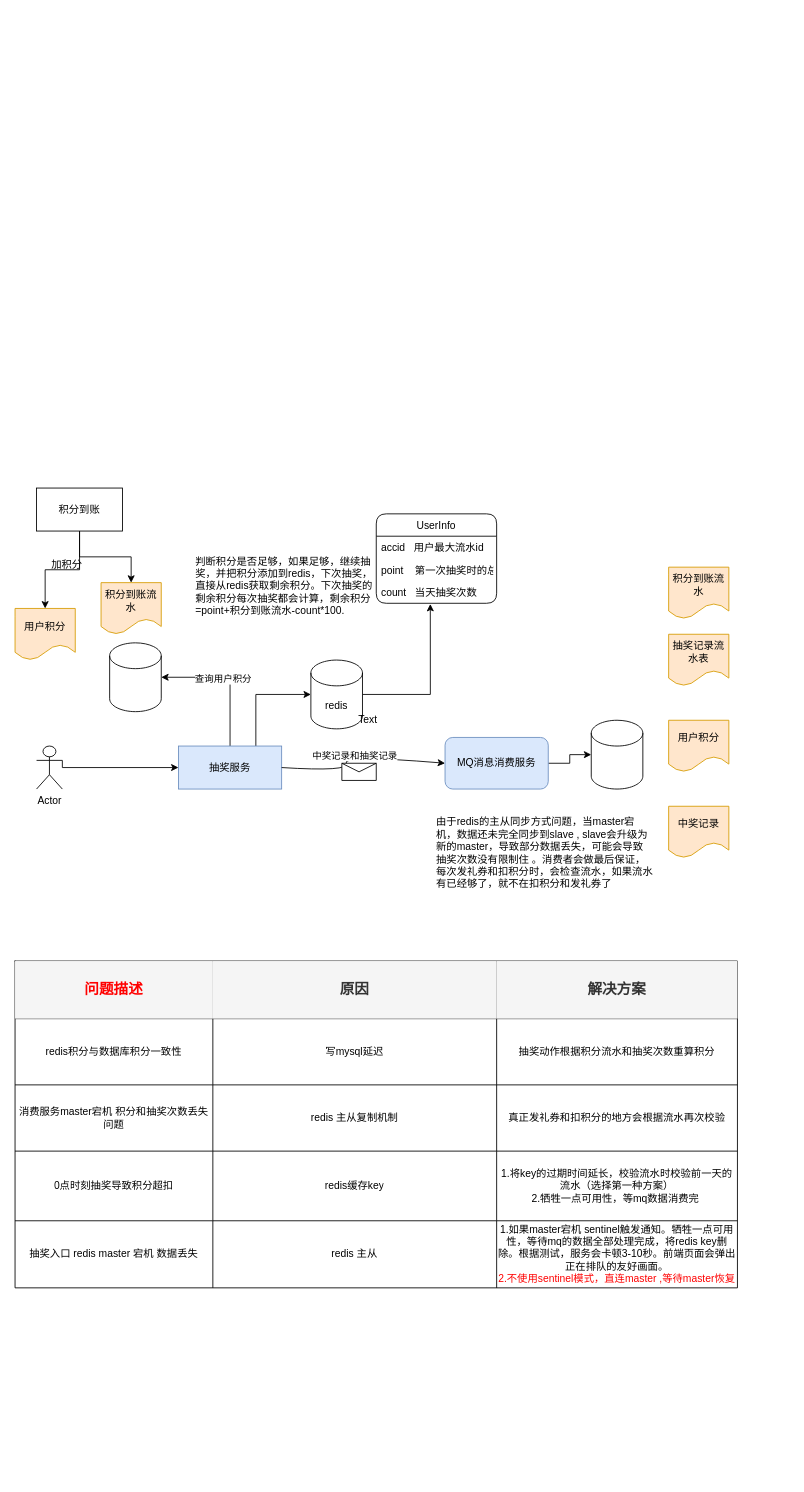
The draw.io diagram Untitled Diagram.drawio in dawnq5/draw.io, before the edit. Source tidied: cells renumbered, new cells numbered last; positions are measured from the earlier drawing's top-left corner, leaving out a move shared by most shapes. Both pictures are drawn from the tidied source at 86%, with x=0, y=0 at pixel (15, 488).
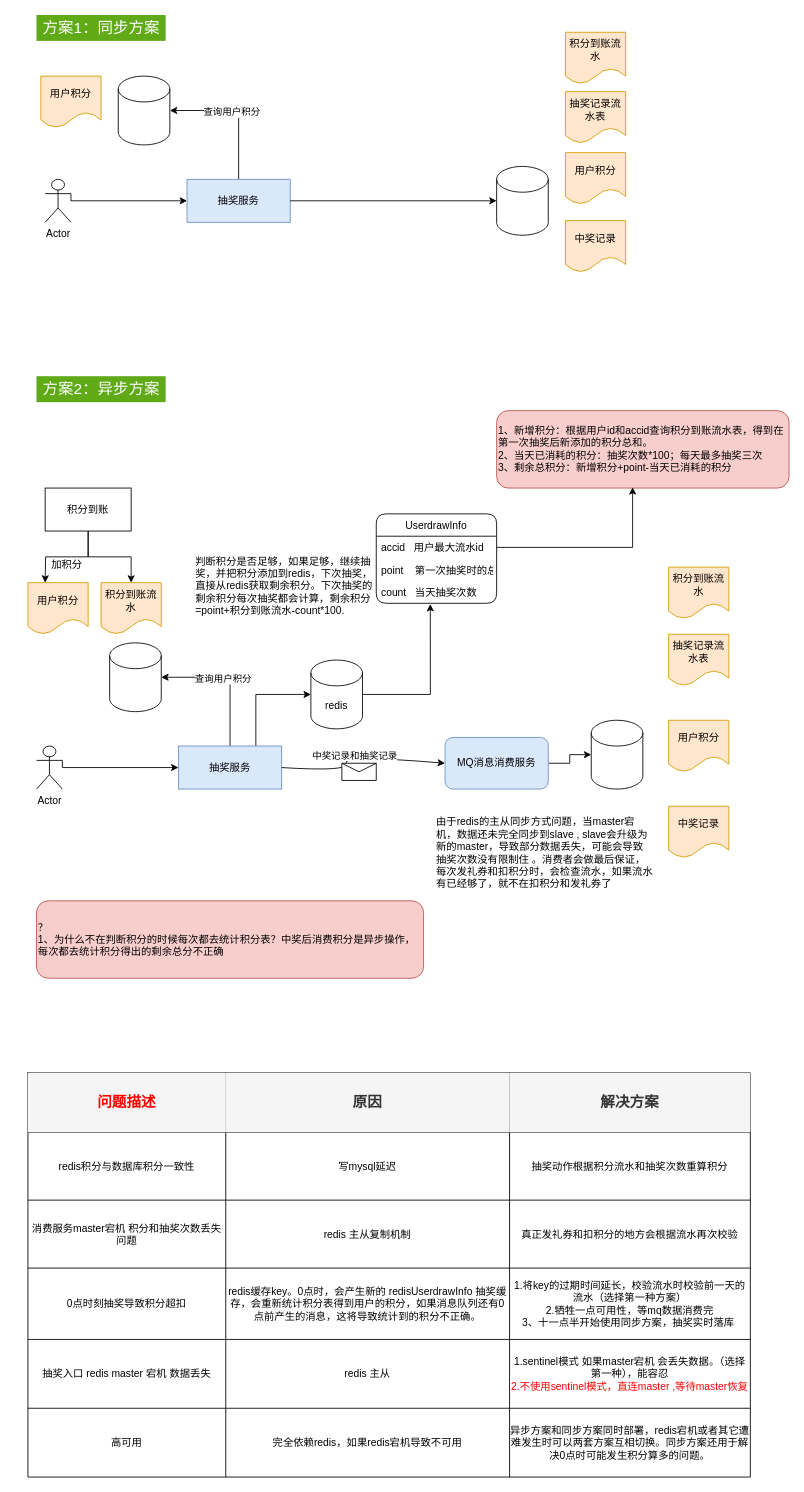
After the change.

The change refers to these unchanged cells:
```xml
<mxCell id="21" value="accid   用户最大流水id" style="text;strokeColor=none;fillColor=none;align=left;verticalAlign=top;spacingLeft=4;spacingRight=4;overflow=hidden;points=[[0,0.5],[1,0.5]];portConstraint=eastwest;rounded=1;glass=0;" parent="20" vertex="1">
  <mxGeometry y="26" width="140" height="26" as="geometry" />
</mxCell>
```

The edit, as a diff of the source:
```diff
@@
-    <mxCell id="20" value="UserInfo" style="swimlane;fontStyle=0;horizontal=1;startSize=26;fillColor=none;rounded=1;glass=0;" parent="1" vertex="1">
+    <mxCell id="20" value="UserdrawInfo" style="swimlane;fontStyle=0;horizontal=1;startSize=26;fillColor=none;rounded=1;glass=0;" parent="1" vertex="1">
       <mxGeometry x="420" y="30" width="140" height="104" as="geometry" />
     </mxCell>
@@
     <mxCell id="24" value="用户积分" style="shape=document;whiteSpace=wrap;html=1;boundedLbl=1;fillColor=#ffe6cc;strokeColor=#d79b00;" parent="1" vertex="1">
-      <mxGeometry y="140" width="70" height="60" as="geometry" />
+      <mxGeometry x="15" y="110" width="70" height="60" as="geometry" />
     </mxCell>
@@
-    <mxCell id="27" style="edgeStyle=orthogonalEdgeStyle;rounded=0;jettySize=auto;html=1;entryX=0.5;entryY=0;entryDx=0;entryDy=0;" parent="1" edge="1" source="29" target="24">
-      <mxGeometry relative="1" as="geometry" />
+    <mxCell id="27" style="edgeStyle=orthogonalEdgeStyle;rounded=0;jettySize=auto;html=1;" parent="1" edge="1" source="29">
+      <mxGeometry relative="1" as="geometry">
+        <mxPoint x="35" y="110" as="targetPoint" />
+      </mxGeometry>
     </mxCell>
@@
     <mxCell id="29" value="积分到账" style="rounded=0;whiteSpace=wrap;html=1;glass=0;" parent="1" vertex="1">
-      <mxGeometry x="25" width="100" height="50" as="geometry" />
+      <mxGeometry x="35" width="100" height="50" as="geometry" />
     </mxCell>
@@
-    <mxCell id="33" value="Text" style="text;html=1;align=center;verticalAlign=middle;fillColor=none;strokeColor=none;rounded=0;glass=0;" parent="1" vertex="1">
-      <mxGeometry x="390" y="260" width="40" height="20" as="geometry" />
-    </mxCell>
     <mxCell id="34" style="shape=table;html=1;whiteSpace=wrap;startSize=0;childLayout=tableLayout;rowLines=1;swimlaneLine=1;fontSize=15;" parent="1" vertex="1">
-      <mxGeometry y="550" width="840" height="380" as="geometry" />
+      <mxGeometry x="15" y="680" width="840" height="470" as="geometry" />
     </mxCell>
     <mxCell id="35" style="shape=tableRow;horizontal=0;startSize=0;swimlaneHead=0;swimlaneBody=0;top=0;left=0;bottom=0;right=0;fillColor=none;" parent="34" vertex="1">
-      <mxGeometry width="840" height="67" as="geometry" />
+      <mxGeometry width="840" height="69" as="geometry" />
     </mxCell>
     <mxCell id="36" value="问题描述" style="shape=partialRectangle;html=1;whiteSpace=wrap;fillColor=#f5f5f5;top=0;left=0;bottom=0;right=0;overflow=hidden;fontColor=#FF0000;strokeColor=#000000;fontStyle=1;fontSize=17;" parent="35" vertex="1">
-      <mxGeometry width="230" height="67" as="geometry" />
+      <mxGeometry width="230" height="69" as="geometry" />
     </mxCell>
     <mxCell id="37" value="原因" style="shape=partialRectangle;html=1;whiteSpace=wrap;fillColor=#f5f5f5;top=0;left=0;bottom=0;right=0;overflow=hidden;fontColor=#333333;strokeColor=#000000;fontStyle=1;fontSize=17;" parent="35" vertex="1">
-      <mxGeometry x="230" width="330" height="67" as="geometry" />
+      <mxGeometry x="230" width="330" height="69" as="geometry" />
     </mxCell>
     <mxCell id="38" value="解决方案" style="shape=partialRectangle;html=1;whiteSpace=wrap;fillColor=#f5f5f5;top=0;left=0;bottom=0;right=0;overflow=hidden;fontColor=#333333;strokeColor=#000000;fontStyle=1;fontSize=17;" parent="35" vertex="1">
-      <mxGeometry x="560" width="280" height="67" as="geometry" />
+      <mxGeometry x="560" width="280" height="69" as="geometry" />
     </mxCell>
     <mxCell id="39" style="shape=tableRow;horizontal=0;startSize=0;swimlaneHead=0;swimlaneBody=0;top=0;left=0;bottom=0;right=0;fillColor=none;" parent="34" vertex="1">
-      <mxGeometry y="67" width="840" height="77" as="geometry" />
+      <mxGeometry y="69" width="840" height="79" as="geometry" />
     </mxCell>
     <mxCell id="40" value="redis积分与数据库积分一致性" style="shape=partialRectangle;html=1;whiteSpace=wrap;fillColor=none;top=0;left=0;bottom=0;right=0;overflow=hidden;" parent="39" vertex="1">
-      <mxGeometry width="230" height="77" as="geometry" />
+      <mxGeometry width="230" height="79" as="geometry" />
     </mxCell>
     <mxCell id="41" value="写mysql延迟" style="shape=partialRectangle;html=1;whiteSpace=wrap;fillColor=none;top=0;left=0;bottom=0;right=0;overflow=hidden;" parent="39" vertex="1">
-      <mxGeometry x="230" width="330" height="77" as="geometry" />
+      <mxGeometry x="230" width="330" height="79" as="geometry" />
     </mxCell>
     <mxCell id="42" value="抽奖动作根据积分流水和抽奖次数重算积分" style="shape=partialRectangle;html=1;whiteSpace=wrap;fillColor=none;top=0;left=0;bottom=0;right=0;overflow=hidden;" parent="39" vertex="1">
-      <mxGeometry x="560" width="280" height="77" as="geometry" />
+      <mxGeometry x="560" width="280" height="79" as="geometry" />
     </mxCell>
     <mxCell id="43" style="shape=tableRow;horizontal=0;startSize=0;swimlaneHead=0;swimlaneBody=0;top=0;left=0;bottom=0;right=0;fillColor=none;" parent="34" vertex="1">
-      <mxGeometry y="144" width="840" height="77" as="geometry" />
+      <mxGeometry y="148" width="840" height="79" as="geometry" />
     </mxCell>
     <mxCell id="44" value="消费服务master宕机 积分和抽奖次数丢失问题" style="shape=partialRectangle;html=1;whiteSpace=wrap;fillColor=none;top=0;left=0;bottom=0;right=0;overflow=hidden;" parent="43" vertex="1">
-      <mxGeometry width="230" height="77" as="geometry" />
+      <mxGeometry width="230" height="79" as="geometry" />
     </mxCell>
     <mxCell id="45" value="redis 主从复制机制" style="shape=partialRectangle;html=1;whiteSpace=wrap;fillColor=none;top=0;left=0;bottom=0;right=0;overflow=hidden;" parent="43" vertex="1">
-      <mxGeometry x="230" width="330" height="77" as="geometry" />
+      <mxGeometry x="230" width="330" height="79" as="geometry" />
     </mxCell>
     <mxCell id="46" value="真正发礼券和扣积分的地方会根据流水再次校验" style="shape=partialRectangle;html=1;whiteSpace=wrap;fillColor=none;top=0;left=0;bottom=0;right=0;overflow=hidden;" parent="43" vertex="1">
-      <mxGeometry x="560" width="280" height="77" as="geometry" />
+      <mxGeometry x="560" width="280" height="79" as="geometry" />
     </mxCell>
     <mxCell id="47" style="shape=tableRow;horizontal=0;startSize=0;swimlaneHead=0;swimlaneBody=0;top=0;left=0;bottom=0;right=0;fillColor=none;" parent="34" vertex="1">
-      <mxGeometry y="221" width="840" height="81" as="geometry" />
+      <mxGeometry y="227" width="840" height="83" as="geometry" />
     </mxCell>
     <mxCell id="48" value="0点时刻抽奖导致积分超扣" style="shape=partialRectangle;html=1;whiteSpace=wrap;fillColor=none;top=0;left=0;bottom=0;right=0;overflow=hidden;" parent="47" vertex="1">
-      <mxGeometry width="230" height="81" as="geometry" />
+      <mxGeometry width="230" height="83" as="geometry" />
     </mxCell>
-    <mxCell id="49" value="redis缓存key" style="shape=partialRectangle;html=1;whiteSpace=wrap;fillColor=none;top=0;left=0;bottom=0;right=0;overflow=hidden;" parent="47" vertex="1">
-      <mxGeometry x="230" width="330" height="81" as="geometry" />
+    <mxCell id="49" value="redis缓存key。0点时，会产生新的 redis&lt;span style=&quot;&quot;&gt;UserdrawInfo 抽奖&lt;/span&gt;缓存，会重新统计积分表得到用户的积分，如果消息队列还有0点前产生的消息，这将导致统计到的积分不正确。" style="shape=partialRectangle;html=1;whiteSpace=wrap;fillColor=none;top=0;left=0;bottom=0;right=0;overflow=hidden;" parent="47" vertex="1">
+      <mxGeometry x="230" width="330" height="83" as="geometry" />
     </mxCell>
-    <mxCell id="50" value="1.将key的过期时间延长，校验流水时校验前一天的流水（选择第一种方案）&lt;br&gt;2.牺牲一点可用性，等mq数据消费完&amp;nbsp;" style="shape=partialRectangle;html=1;whiteSpace=wrap;fillColor=none;top=0;left=0;bottom=0;right=0;overflow=hidden;" parent="47" vertex="1">
-      <mxGeometry x="560" width="280" height="81" as="geometry" />
+    <mxCell id="50" value="1.将key的过期时间延长，校验流水时校验前一天的流水（选择第一种方案）&lt;br&gt;2.牺牲一点可用性，等mq数据消费完&lt;br&gt;3、十一点半开始使用同步方案，抽奖实时落库&amp;nbsp;" style="shape=partialRectangle;html=1;whiteSpace=wrap;fillColor=none;top=0;left=0;bottom=0;right=0;overflow=hidden;" parent="47" vertex="1">
+      <mxGeometry x="560" width="280" height="83" as="geometry" />
     </mxCell>
     <mxCell id="51" style="shape=tableRow;horizontal=0;startSize=0;swimlaneHead=0;swimlaneBody=0;top=0;left=0;bottom=0;right=0;fillColor=none;" parent="34" vertex="1">
-      <mxGeometry y="302" width="840" height="78" as="geometry" />
+      <mxGeometry y="310" width="840" height="80" as="geometry" />
     </mxCell>
     <mxCell id="52" value="抽奖入口 redis master 宕机 数据丢失" style="shape=partialRectangle;html=1;whiteSpace=wrap;fillColor=none;top=0;left=0;bottom=0;right=0;overflow=hidden;" parent="51" vertex="1">
-      <mxGeometry width="230" height="78" as="geometry" />
+      <mxGeometry width="230" height="80" as="geometry" />
     </mxCell>
     <mxCell id="53" value="redis 主从" style="shape=partialRectangle;html=1;whiteSpace=wrap;fillColor=none;top=0;left=0;bottom=0;right=0;overflow=hidden;" parent="51" vertex="1">
-      <mxGeometry x="230" width="330" height="78" as="geometry" />
+      <mxGeometry x="230" width="330" height="80" as="geometry" />
     </mxCell>
-    <mxCell id="54" value="1.如果master宕机 sentinel触发通知。牺牲一点可用性，等待mq的数据全部处理完成，将redis key删除。根据测试，服务会卡顿3-10秒。前端页面会弹出正在排队的友好画面。&lt;br&gt;&lt;font color=&quot;#ff0000&quot;&gt;2.不使用sentinel模式，直连master ,等待master恢复&lt;/font&gt;" style="shape=partialRectangle;html=1;whiteSpace=wrap;fillColor=none;top=0;left=0;bottom=0;right=0;overflow=hidden;" parent="51" vertex="1">
-      <mxGeometry x="560" width="280" height="78" as="geometry" />
+    <mxCell id="54" value="1.sentinel模式 如果master宕机 会丢失数据。（选择第一种），能容忍&lt;br&gt;&lt;font color=&quot;#ff0000&quot;&gt;2.不使用sentinel模式，直连master ,等待master恢复&lt;/font&gt;" style="shape=partialRectangle;html=1;whiteSpace=wrap;fillColor=none;top=0;left=0;bottom=0;right=0;overflow=hidden;" parent="51" vertex="1">
+      <mxGeometry x="560" width="280" height="80" as="geometry" />
     </mxCell>
+    <mxCell id="55" style="shape=tableRow;horizontal=0;startSize=0;swimlaneHead=0;swimlaneBody=0;top=0;left=0;bottom=0;right=0;fillColor=none;" parent="34" vertex="1">
+      <mxGeometry y="390" width="840" height="80" as="geometry" />
+    </mxCell>
+    <mxCell id="56" value="高可用" style="shape=partialRectangle;html=1;whiteSpace=wrap;fillColor=none;top=0;left=0;bottom=0;right=0;overflow=hidden;" parent="55" vertex="1">
+      <mxGeometry width="230" height="80" as="geometry" />
+    </mxCell>
+    <mxCell id="57" value="完全依赖redis，如果redis宕机导致不可用" style="shape=partialRectangle;html=1;whiteSpace=wrap;fillColor=none;top=0;left=0;bottom=0;right=0;overflow=hidden;" parent="55" vertex="1">
+      <mxGeometry x="230" width="330" height="80" as="geometry" />
+    </mxCell>
+    <mxCell id="58" value="异步方案和同步方案同时部署，redis宕机或者其它遭难发生时可以两套方案互相切换。同步方案还用于解决0点时可能发生积分算多的问题。" style="shape=partialRectangle;html=1;whiteSpace=wrap;fillColor=none;top=0;left=0;bottom=0;right=0;overflow=hidden;" parent="55" vertex="1">
+      <mxGeometry x="560" width="280" height="80" as="geometry" />
+    </mxCell>
+    <mxCell id="59" value="1、新增积分：根据用户id和accid查询积分到账流水表，得到在第一次抽奖后新添加的积分总和。&lt;br&gt;2、当天已消耗的积分：抽奖次数*100；每天最多抽奖三次&lt;br&gt;3、剩余总积分：新增积分+point-当天已消耗的积分" style="rounded=1;whiteSpace=wrap;html=1;fillColor=#f8cecc;strokeColor=#b85450;align=left;" parent="1" vertex="1">
+      <mxGeometry x="560" y="-90" width="340" height="90" as="geometry" />
+    </mxCell>
+    <mxCell id="60" style="edgeStyle=orthogonalEdgeStyle;rounded=0;jettySize=auto;html=1;exitX=1;exitY=0.5;exitDx=0;exitDy=0;entryX=0.465;entryY=0.989;entryDx=0;entryDy=0;entryPerimeter=0;" parent="1" edge="1" source="21" target="59">
+      <mxGeometry relative="1" as="geometry" />
+    </mxCell>
+    <mxCell id="61" value="？&lt;br&gt;1、为什么不在判断积分的时候每次都去统计积分表？中奖后消费积分是异步操作，每次都去统计积分得出的剩余总分不正确" style="rounded=1;whiteSpace=wrap;html=1;fillColor=#f8cecc;strokeColor=#b85450;align=left;" parent="1" vertex="1">
+      <mxGeometry x="25" y="480" width="450" height="90" as="geometry" />
+    </mxCell>
+    <mxCell id="62" value="方案2：异步方案" style="text;html=1;align=center;verticalAlign=middle;strokeColor=#2D7600;fillColor=#60a917;strokeWidth=0;fontSize=18;fontColor=#ffffff;" parent="1" vertex="1">
+      <mxGeometry x="25" y="-130" width="150" height="30" as="geometry" />
+    </mxCell>
+    <mxCell id="63" value="方案1：同步方案" style="text;html=1;align=center;verticalAlign=middle;strokeColor=#2D7600;fillColor=#60a917;strokeWidth=0;fontSize=18;fontColor=#ffffff;" parent="1" vertex="1">
+      <mxGeometry x="25" y="-550" width="150" height="30" as="geometry" />
+    </mxCell>
+    <mxCell id="64" style="edgeStyle=orthogonalEdgeStyle;rounded=0;jettySize=auto;html=1;exitX=0.5;exitY=0;exitDx=0;exitDy=0;entryX=1;entryY=0.5;entryDx=0;entryDy=0;entryPerimeter=0;" parent="1" edge="1" source="66" target="74">
+      <mxGeometry relative="1" as="geometry" />
+    </mxCell>
+    <mxCell id="65" value="查询用户积分" style="edgeLabel;html=1;align=center;verticalAlign=middle;" parent="64" vertex="1">
+      <mxGeometry x="0.11" y="1" relative="1" as="geometry" />
+    </mxCell>
+    <mxCell id="66" value="抽奖服务" style="rounded=0;whiteSpace=wrap;html=1;fillColor=#dae8fc;strokeColor=#6c8ebf;" parent="1" vertex="1">
+      <mxGeometry x="200" y="-359" width="120" height="50" as="geometry" />
+    </mxCell>
+    <mxCell id="67" style="edgeStyle=orthogonalEdgeStyle;rounded=0;jettySize=auto;html=1;exitX=1;exitY=0.5;exitDx=0;exitDy=0;entryX=0;entryY=0.5;entryDx=0;entryDy=0;entryPerimeter=0;" parent="1" edge="1" source="66" target="68">
+      <mxGeometry relative="1" as="geometry" />
+    </mxCell>
+    <mxCell id="68" style="shape=cylinder3;whiteSpace=wrap;html=1;boundedLbl=1;backgroundOutline=1;size=15;" parent="1" vertex="1">
+      <mxGeometry x="560" y="-374" width="60" height="80" as="geometry" />
+    </mxCell>
+    <mxCell id="69" value="抽奖记录流水表" style="shape=document;whiteSpace=wrap;html=1;boundedLbl=1;fillColor=#ffe6cc;strokeColor=#d79b00;" parent="1" vertex="1">
+      <mxGeometry x="640" y="-461" width="70" height="60" as="geometry" />
+    </mxCell>
+    <mxCell id="70" value="用户积分" style="shape=document;whiteSpace=wrap;html=1;boundedLbl=1;fillColor=#ffe6cc;strokeColor=#d79b00;" parent="1" vertex="1">
+      <mxGeometry x="640" y="-390" width="70" height="60" as="geometry" />
+    </mxCell>
+    <mxCell id="71" value="中奖记录" style="shape=document;whiteSpace=wrap;html=1;boundedLbl=1;fillColor=#ffe6cc;strokeColor=#d79b00;" parent="1" vertex="1">
+      <mxGeometry x="640" y="-311" width="70" height="60" as="geometry" />
+    </mxCell>
+    <mxCell id="72" style="edgeStyle=orthogonalEdgeStyle;rounded=0;jettySize=auto;html=1;exitX=1;exitY=0.3333333333333333;exitDx=0;exitDy=0;exitPerimeter=0;entryX=0;entryY=0.5;entryDx=0;entryDy=0;" parent="1" edge="1" source="73" target="66">
+      <mxGeometry relative="1" as="geometry">
+        <Array as="points">
+          <mxPoint x="65" y="-334" />
+        </Array>
+      </mxGeometry>
+    </mxCell>
+    <mxCell id="73" value="Actor" style="shape=umlActor;verticalLabelPosition=bottom;verticalAlign=top;html=1;outlineConnect=0;" parent="1" vertex="1">
+      <mxGeometry x="35" y="-359" width="30" height="50" as="geometry" />
+    </mxCell>
+    <mxCell id="74" style="shape=cylinder3;whiteSpace=wrap;html=1;boundedLbl=1;backgroundOutline=1;size=15;" parent="1" vertex="1">
+      <mxGeometry x="120" y="-479" width="60" height="80" as="geometry" />
+    </mxCell>
+    <mxCell id="75" value="用户积分" style="shape=document;whiteSpace=wrap;html=1;boundedLbl=1;fillColor=#ffe6cc;strokeColor=#d79b00;" parent="1" vertex="1">
+      <mxGeometry x="30" y="-479" width="70" height="60" as="geometry" />
+    </mxCell>
+    <mxCell id="76" value="积分到账流水" style="shape=document;whiteSpace=wrap;html=1;boundedLbl=1;fillColor=#ffe6cc;strokeColor=#d79b00;" parent="1" vertex="1">
+      <mxGeometry x="640" y="-530" width="70" height="60" as="geometry" />
+    </mxCell>
```
